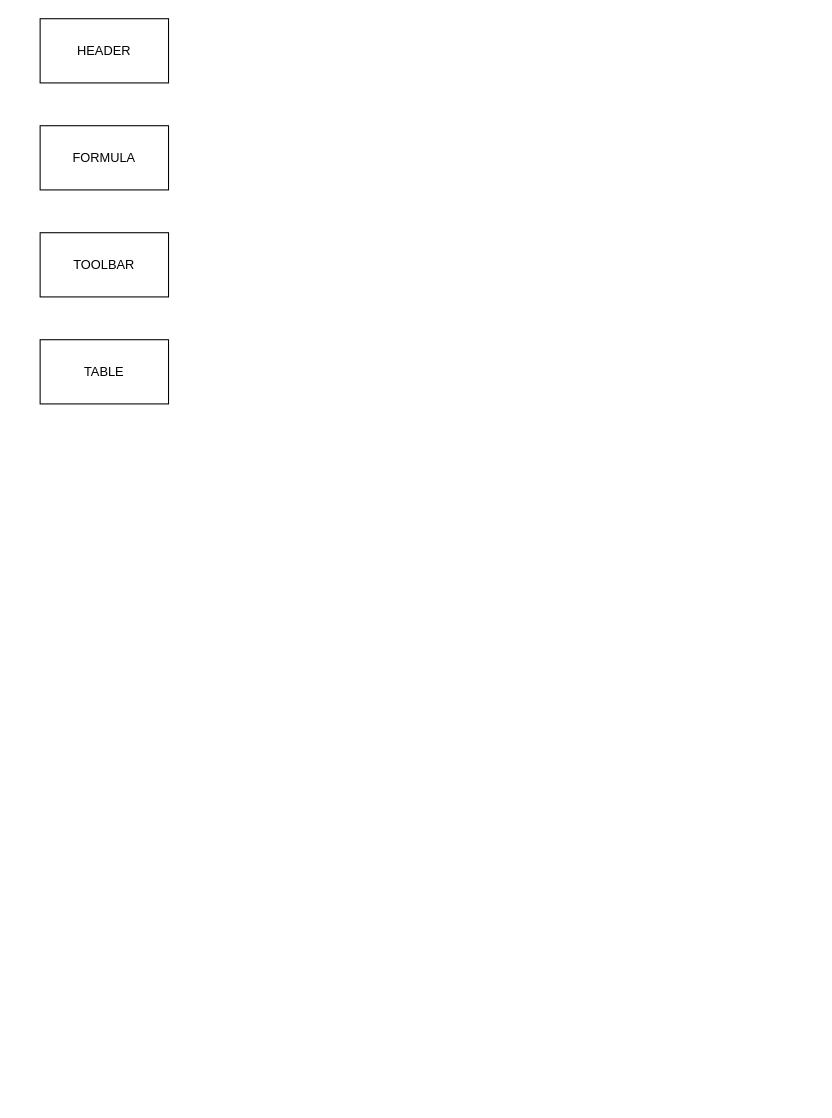
Above: Диаграмма без названия.drawio in timofeyPython/Work (draw.io), before the change. Source tidied: cells renumbered, new cells numbered last; positions are measured from the earlier drawing's top-left corner, leaving out a move shared by most shapes. Both pictures are drawn from the tidied source at 107%, with x=0, y=0 at pixel (40, 18).
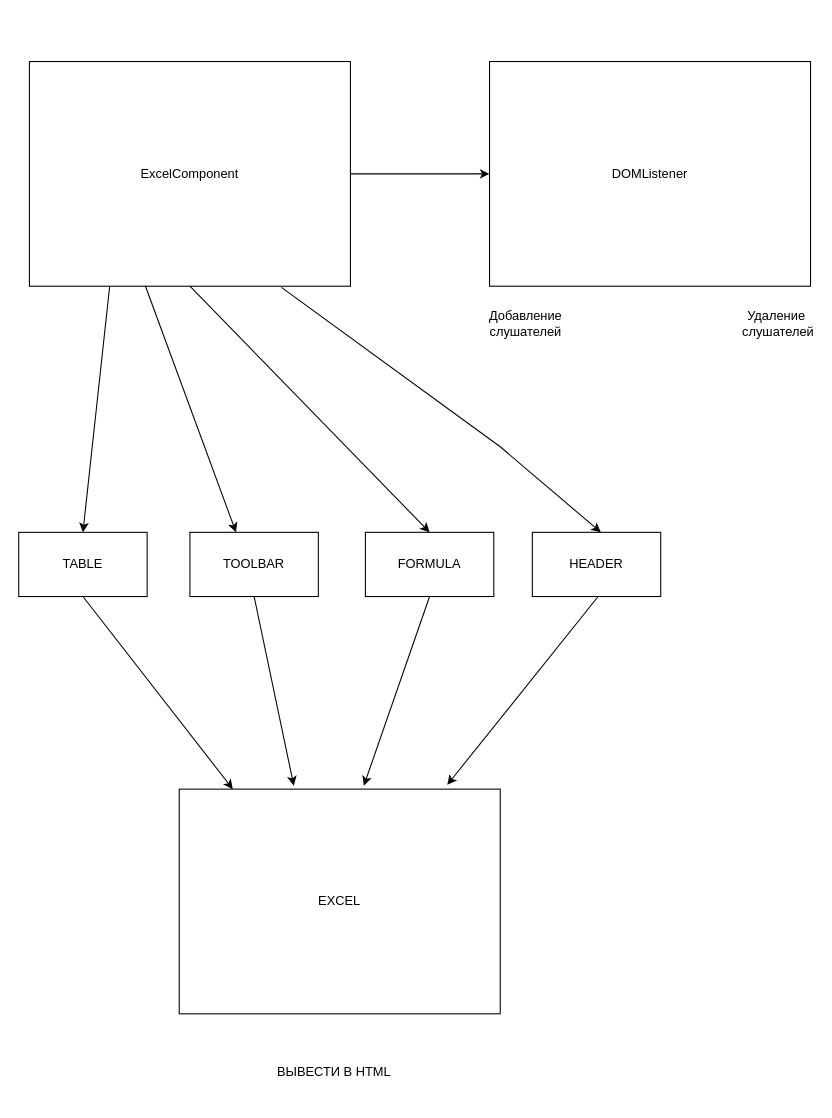
After the change.

Diff of the diagram source:
```diff
@@
     <mxCell id="2" value="HEADER" style="rounded=0;whiteSpace=wrap;html=1;" parent="1" vertex="1">
-      <mxGeometry width="120" height="60" as="geometry" />
+      <mxGeometry x="460" y="480" width="120" height="60" as="geometry" />
     </mxCell>
     <mxCell id="3" value="FORMULA" style="rounded=0;whiteSpace=wrap;html=1;" parent="1" vertex="1">
-      <mxGeometry y="100" width="120" height="60" as="geometry" />
+      <mxGeometry x="304" y="480" width="120" height="60" as="geometry" />
     </mxCell>
     <mxCell id="4" value="TOOLBAR" style="rounded=0;whiteSpace=wrap;html=1;" parent="1" vertex="1">
-      <mxGeometry y="200" width="120" height="60" as="geometry" />
+      <mxGeometry x="140" y="480" width="120" height="60" as="geometry" />
     </mxCell>
     <mxCell id="5" value="TABLE" style="rounded=0;whiteSpace=wrap;html=1;" parent="1" vertex="1">
-      <mxGeometry y="300" width="120" height="60" as="geometry" />
+      <mxGeometry x="-20" y="480" width="120" height="60" as="geometry" />
     </mxCell>
+    <mxCell id="6" value="DOMListener" style="rounded=0;whiteSpace=wrap;html=1;" parent="1" vertex="1">
+      <mxGeometry x="420" y="40" width="300" height="210" as="geometry" />
+    </mxCell>
+    <mxCell id="7" style="edgeStyle=orthogonalEdgeStyle;rounded=0;jettySize=auto;html=1;" parent="1" edge="1" source="8" target="6">
+      <mxGeometry relative="1" as="geometry" />
+    </mxCell>
+    <mxCell id="8" value="ExcelComponent" style="rounded=0;whiteSpace=wrap;html=1;" parent="1" vertex="1">
+      <mxGeometry x="-10" y="40" width="300" height="210" as="geometry" />
+    </mxCell>
+    <mxCell id="9" value="Добавление слушателей" style="text;html=1;strokeColor=none;fillColor=none;align=center;verticalAlign=middle;whiteSpace=wrap;rounded=0;" parent="1" vertex="1">
+      <mxGeometry x="424" y="270" width="60" height="30" as="geometry" />
+    </mxCell>
+    <mxCell id="10" value="Удаление&amp;nbsp;&lt;br&gt;слушателей" style="text;html=1;strokeColor=none;fillColor=none;align=center;verticalAlign=middle;whiteSpace=wrap;rounded=0;" parent="1" vertex="1">
+      <mxGeometry x="660" y="270" width="60" height="30" as="geometry" />
+    </mxCell>
+    <mxCell id="11" style="endArrow=classic;html=1;rounded=0;entryX=0.5;entryY=0;entryDx=0;entryDy=0;exitX=0.25;exitY=1;exitDx=0;exitDy=0;" parent="1" edge="1" source="8" target="5">
+      <mxGeometry relative="1" as="geometry" />
+    </mxCell>
+    <mxCell id="12" style="endArrow=classic;html=1;rounded=0;entryX=0.5;entryY=0;entryDx=0;entryDy=0;exitX=0.361;exitY=0.998;exitDx=0;exitDy=0;exitPerimeter=0;" parent="1" edge="1" source="8">
+      <mxGeometry relative="1" as="geometry">
+        <mxPoint x="183.1" y="480" as="targetPoint" />
+      </mxGeometry>
+    </mxCell>
+    <mxCell id="13" style="endArrow=classic;html=1;rounded=0;entryX=0.5;entryY=0;entryDx=0;entryDy=0;exitX=0.5;exitY=1;exitDx=0;exitDy=0;" parent="1" edge="1" source="8" target="3">
+      <mxGeometry relative="1" as="geometry" />
+    </mxCell>
+    <mxCell id="14" style="endArrow=classic;html=1;rounded=0;entryX=0.5;entryY=0;entryDx=0;entryDy=0;exitX=0.785;exitY=1.005;exitDx=0;exitDy=0;exitPerimeter=0;" parent="1" edge="1" source="8">
+      <mxGeometry relative="1" as="geometry">
+        <mxPoint x="524" y="480" as="targetPoint" />
+        <Array as="points">
+          <mxPoint x="430" y="400" />
+        </Array>
+      </mxGeometry>
+    </mxCell>
+    <mxCell id="15" value="EXCEL" style="rounded=0;whiteSpace=wrap;html=1;" parent="1" vertex="1">
+      <mxGeometry x="130" y="720" width="300" height="210" as="geometry" />
+    </mxCell>
+    <mxCell id="16" style="endArrow=classic;html=1;rounded=0;exitX=0.5;exitY=1;exitDx=0;exitDy=0;entryX=0.167;entryY=0;entryDx=0;entryDy=0;entryPerimeter=0;" parent="1" edge="1" source="5" target="15">
+      <mxGeometry relative="1" as="geometry" />
+    </mxCell>
+    <mxCell id="17" style="endArrow=classic;html=1;rounded=0;exitX=0.5;exitY=1;exitDx=0;exitDy=0;entryX=0.357;entryY=-0.015;entryDx=0;entryDy=0;entryPerimeter=0;" parent="1" edge="1" target="15">
+      <mxGeometry relative="1" as="geometry">
+        <mxPoint x="200" y="540" as="sourcePoint" />
+      </mxGeometry>
+    </mxCell>
+    <mxCell id="18" style="endArrow=classic;html=1;rounded=0;exitX=0.5;exitY=1;exitDx=0;exitDy=0;entryX=0.575;entryY=-0.015;entryDx=0;entryDy=0;entryPerimeter=0;" parent="1" edge="1" target="15">
+      <mxGeometry relative="1" as="geometry">
+        <mxPoint x="364" y="540" as="sourcePoint" />
+      </mxGeometry>
+    </mxCell>
+    <mxCell id="19" style="endArrow=classic;html=1;rounded=0;exitX=0.5;exitY=1;exitDx=0;exitDy=0;entryX=0.835;entryY=-0.019;entryDx=0;entryDy=0;entryPerimeter=0;" parent="1" edge="1" target="15">
+      <mxGeometry relative="1" as="geometry">
+        <mxPoint x="521.5" y="540" as="sourcePoint" />
+      </mxGeometry>
+    </mxCell>
+    <mxCell id="20" value="ВЫВЕСТИ В HTML" style="text;html=1;strokeColor=none;fillColor=none;align=center;verticalAlign=middle;whiteSpace=wrap;rounded=0;" parent="1" vertex="1">
+      <mxGeometry x="130" y="960" width="290" height="50" as="geometry" />
+    </mxCell>
```
